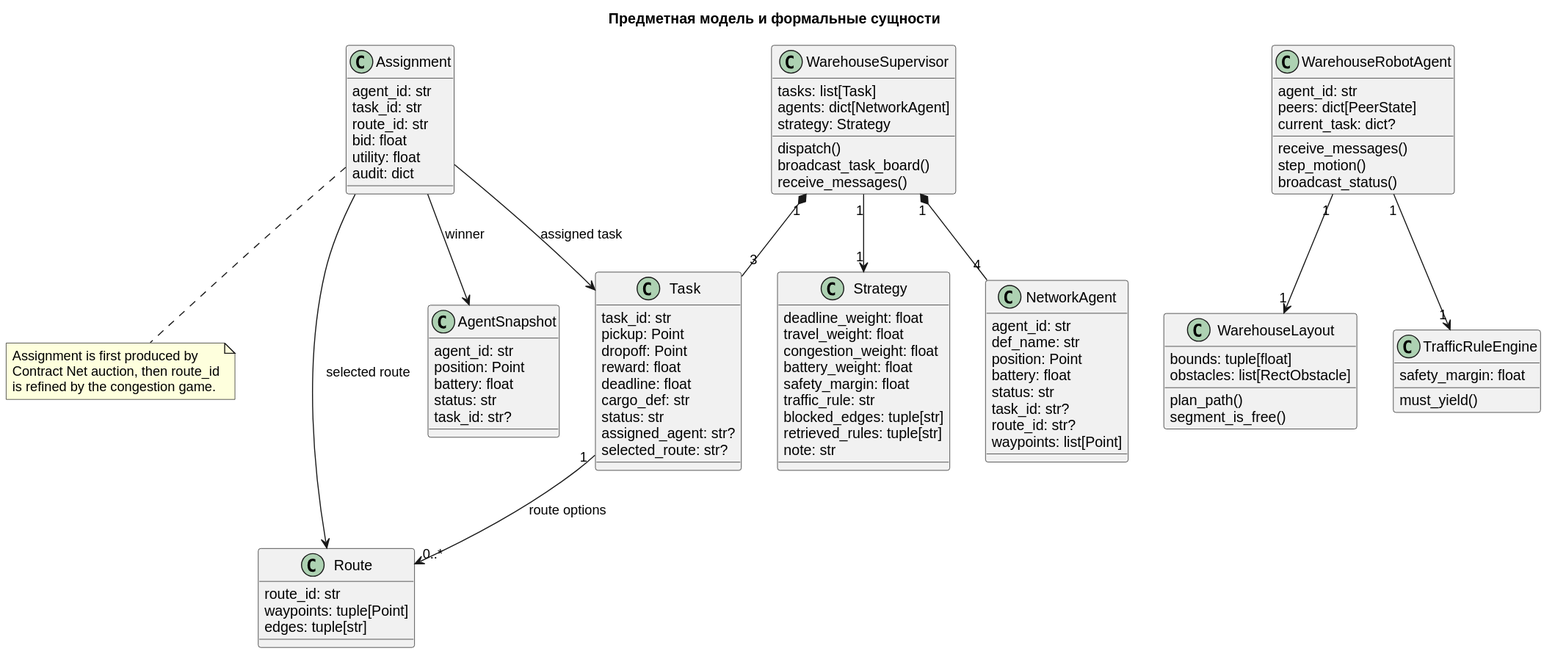
The PlantUML diagram ml_course_ru/semester_2/lecture_04_multiagent_systems/webots_game_theory_warehouse/docs/diagrams/domain_model.svg in ulstu/ml, before a commit. Its diagram source:
```plantuml
@startuml
skinparam shadowing false
skinparam backgroundColor #FFFFFF
skinparam classAttributeIconSize 0
skinparam defaultFontName Arial

title Предметная модель и формальные сущности

class Task {
  task_id: str
  pickup: Point
  dropoff: Point
  reward: float
  deadline: float
  cargo_def: str
  status: str
  assigned_agent: str?
  selected_route: str?
}

class Route {
  route_id: str
  waypoints: tuple[Point]
  edges: tuple[str]
}

class AgentSnapshot {
  agent_id: str
  position: Point
  battery: float
  status: str
  task_id: str?
}

class Strategy {
  deadline_weight: float
  travel_weight: float
  congestion_weight: float
  battery_weight: float
  safety_margin: float
  traffic_rule: str
  blocked_edges: tuple[str]
  retrieved_rules: tuple[str]
  note: str
}

class Assignment {
  agent_id: str
  task_id: str
  route_id: str
  bid: float
  utility: float
  audit: dict
}

class NetworkAgent {
  agent_id: str
  def_name: str
  position: Point
  battery: float
  status: str
  task_id: str?
  route_id: str?
  waypoints: list[Point]
}

class WarehouseRobotAgent {
  agent_id: str
  peers: dict[PeerState]
  current_task: dict?
  receive_messages()
  step_motion()
  broadcast_status()
}

class WarehouseSupervisor {
  tasks: list[Task]
  agents: dict[NetworkAgent]
  strategy: Strategy
  dispatch()
  broadcast_task_board()
  receive_messages()
}

class WarehouseLayout {
  bounds: tuple[float]
  obstacles: list[RectObstacle]
  plan_path()
  segment_is_free()
}

class TrafficRuleEngine {
  safety_margin: float
  must_yield()
}

WarehouseSupervisor "1" *-- "3" Task
WarehouseSupervisor "1" *-- "4" NetworkAgent
WarehouseSupervisor "1" --> "1" Strategy
WarehouseRobotAgent "1" --> "1" WarehouseLayout
WarehouseRobotAgent "1" --> "1" TrafficRuleEngine
Task "1" --> "0..*" Route : route options
Assignment --> AgentSnapshot : winner
Assignment --> Task : assigned task
Assignment --> Route : selected route

note bottom of Assignment
Assignment is first produced by
Contract Net auction, then route_id
is refined by the congestion game.
end note
@enduml
```
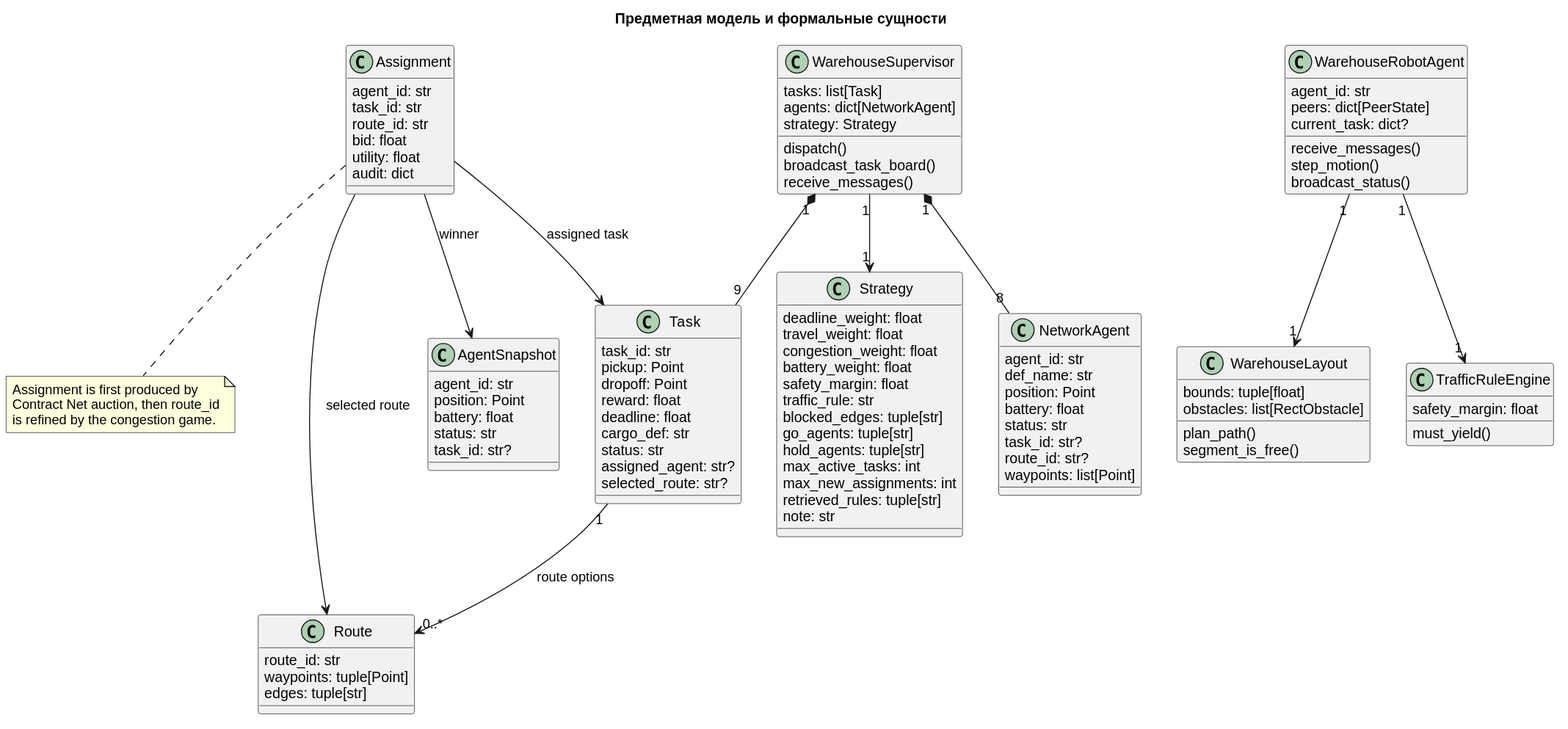
Later version of the same file.

The edit, as a diff of the source:
```diff
@@ -40,6 +40,10 @@
   safety_margin: float
   traffic_rule: str
   blocked_edges: tuple[str]
+  go_agents: tuple[str]
+  hold_agents: tuple[str]
+  max_active_tasks: int
+  max_new_assignments: int
   retrieved_rules: tuple[str]
   note: str
 }
@@ -94,8 +98,8 @@
   must_yield()
 }
 
-WarehouseSupervisor "1" *-- "3" Task
-WarehouseSupervisor "1" *-- "4" NetworkAgent
+WarehouseSupervisor "1" *-- "9" Task
+WarehouseSupervisor "1" *-- "8" NetworkAgent
 WarehouseSupervisor "1" --> "1" Strategy
 WarehouseRobotAgent "1" --> "1" WarehouseLayout
 WarehouseRobotAgent "1" --> "1" TrafficRuleEngine
```
